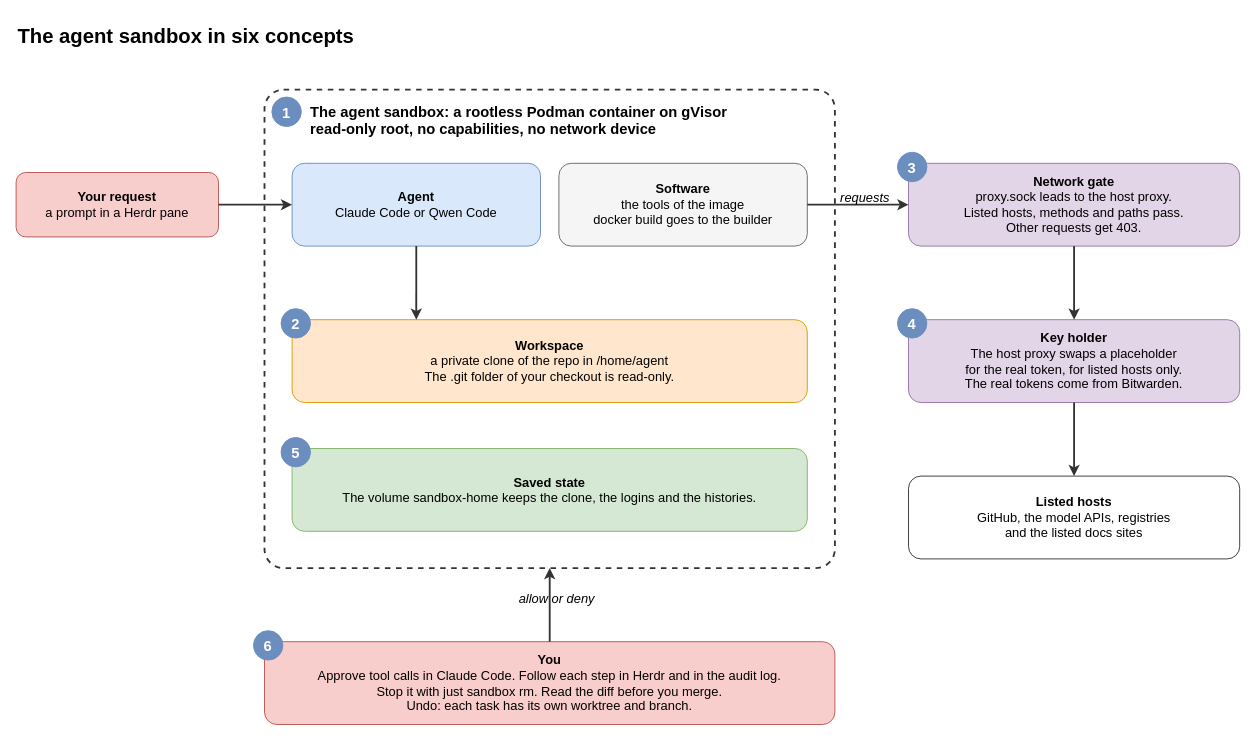
The draw.io diagram .sandbox/docs/diagrams/concepts.drawio in raghav19/engineersdaybook, before the edit. Source tidied: cells renumbered, new cells numbered last; positions are measured from the earlier drawing's top-left corner, leaving out a move shared by most shapes. Both pictures are drawn from the tidied source at 92%, with x=0, y=0 at pixel (16, 16).
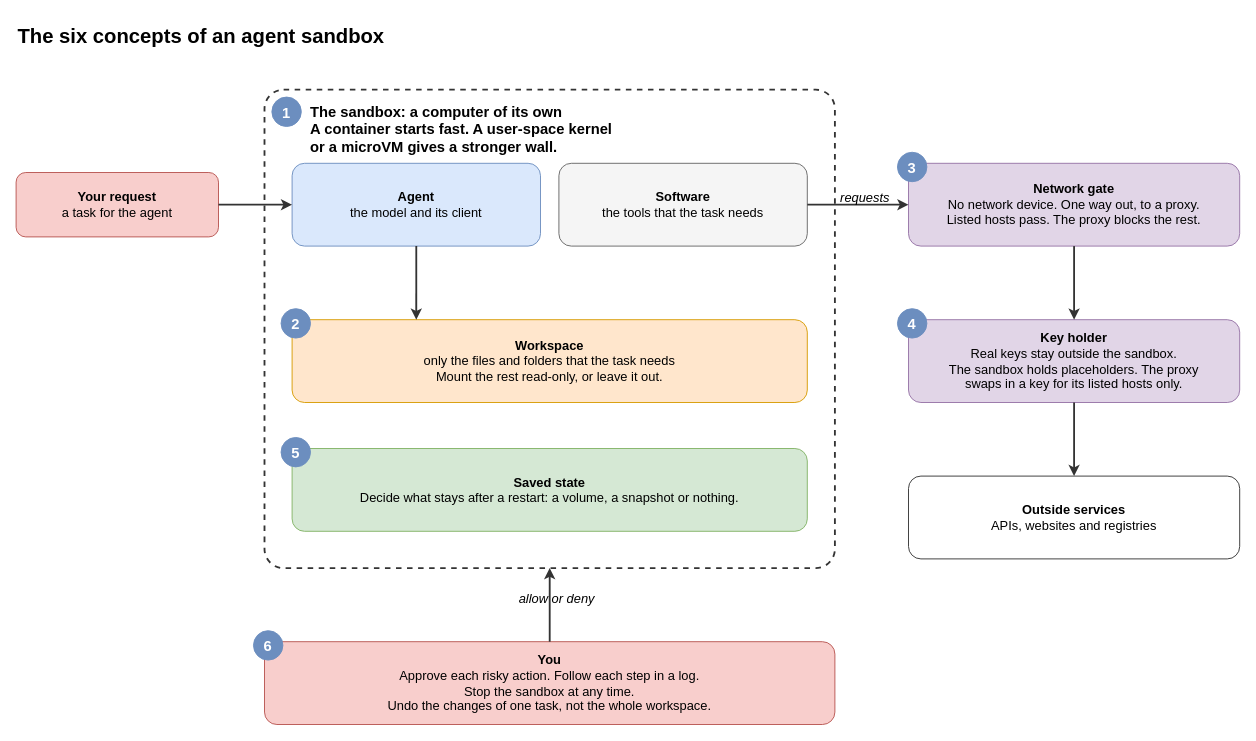
After the change.

Commit message (it also covers changes not shown here):
sandbox: make the six concepts diagram generic

Change to the diagram source:
```diff
@@
-    <mxCell id="2" value="The agent sandbox in six concepts" style="text;html=0;fontSize=22;fontStyle=1;align=left;verticalAlign=middle;" parent="1" vertex="1">
+    <mxCell id="2" value="The six concepts of an agent sandbox" style="text;html=0;fontSize=22;fontStyle=1;align=left;verticalAlign=middle;" parent="1" vertex="1">
       <mxGeometry width="700" height="40" as="geometry" />
     </mxCell>
-    <mxCell id="3" value="The agent sandbox: a rootless Podman container on gVisor&#10;read-only root, no capabilities, no network device" style="rounded=1;arcSize=4;dashed=1;whiteSpace=wrap;html=0;fontSize=16;fillColor=#ffffff;strokeColor=#333333;strokeWidth=2;align=left;spacingLeft=48;fontStyle=1;verticalAlign=top;spacingTop=8;" parent="1" vertex="1">
+    <mxCell id="3" value="The sandbox: a computer of its own&#10;A container starts fast. A user-space kernel&#10;or a microVM gives a stronger wall." style="rounded=1;arcSize=4;dashed=1;whiteSpace=wrap;html=0;fontSize=16;fillColor=#ffffff;strokeColor=#333333;strokeWidth=2;align=left;spacingLeft=48;fontStyle=1;verticalAlign=top;spacingTop=8;" parent="1" vertex="1">
       <mxGeometry x="270" y="80" width="620" height="520" as="geometry" />
     </mxCell>
-    <mxCell id="4" value="&lt;b&gt;Your request&lt;/b&gt;&lt;br&gt;a prompt in a Herdr pane" style="rounded=1;whiteSpace=wrap;html=1;fontSize=14;fillColor=#f8cecc;strokeColor=#b85450;align=center;verticalAlign=middle;" parent="1" vertex="1">
+    <mxCell id="4" value="&lt;b&gt;Your request&lt;/b&gt;&lt;br&gt;a task for the agent" style="rounded=1;whiteSpace=wrap;html=1;fontSize=14;fillColor=#f8cecc;strokeColor=#b85450;align=center;verticalAlign=middle;" parent="1" vertex="1">
       <mxGeometry y="170" width="220" height="70" as="geometry" />
     </mxCell>
-    <mxCell id="5" value="&lt;b&gt;Agent&lt;/b&gt;&lt;br&gt;Claude Code or Qwen Code" style="rounded=1;whiteSpace=wrap;html=1;fontSize=14;fillColor=#dae8fc;strokeColor=#6c8ebf;align=center;verticalAlign=middle;" parent="1" vertex="1">
+    <mxCell id="5" value="&lt;b&gt;Agent&lt;/b&gt;&lt;br&gt;the model and its client" style="rounded=1;whiteSpace=wrap;html=1;fontSize=14;fillColor=#dae8fc;strokeColor=#6c8ebf;align=center;verticalAlign=middle;" parent="1" vertex="1">
       <mxGeometry x="300" y="160" width="270" height="90" as="geometry" />
     </mxCell>
-    <mxCell id="6" value="&lt;b&gt;Software&lt;/b&gt;&lt;br&gt;the tools of the image&lt;br&gt;docker build goes to the builder" style="rounded=1;whiteSpace=wrap;html=1;fontSize=14;fillColor=#f5f5f5;strokeColor=#666666;align=center;verticalAlign=middle;" parent="1" vertex="1">
+    <mxCell id="6" value="&lt;b&gt;Software&lt;/b&gt;&lt;br&gt;the tools that the task needs" style="rounded=1;whiteSpace=wrap;html=1;fontSize=14;fillColor=#f5f5f5;strokeColor=#666666;align=center;verticalAlign=middle;" parent="1" vertex="1">
       <mxGeometry x="590" y="160" width="270" height="90" as="geometry" />
     </mxCell>
-    <mxCell id="7" value="&lt;b&gt;Workspace&lt;/b&gt;&lt;br&gt;a private clone of the repo in /home/agent&lt;br&gt;The .git folder of your checkout is read-only." style="rounded=1;whiteSpace=wrap;html=1;fontSize=14;fillColor=#ffe6cc;strokeColor=#d79b00;align=center;verticalAlign=middle;" parent="1" vertex="1">
+    <mxCell id="7" value="&lt;b&gt;Workspace&lt;/b&gt;&lt;br&gt;only the files and folders that the task needs&lt;br&gt;Mount the rest read-only, or leave it out." style="rounded=1;whiteSpace=wrap;html=1;fontSize=14;fillColor=#ffe6cc;strokeColor=#d79b00;align=center;verticalAlign=middle;" parent="1" vertex="1">
       <mxGeometry x="300" y="330" width="560" height="90" as="geometry" />
     </mxCell>
-    <mxCell id="8" value="&lt;b&gt;Saved state&lt;/b&gt;&lt;br&gt;The volume sandbox-home keeps the clone, the logins and the histories." style="rounded=1;whiteSpace=wrap;html=1;fontSize=14;fillColor=#d5e8d4;strokeColor=#82b366;align=center;verticalAlign=middle;" parent="1" vertex="1">
+    <mxCell id="8" value="&lt;b&gt;Saved state&lt;/b&gt;&lt;br&gt;Decide what stays after a restart: a volume, a snapshot or nothing." style="rounded=1;whiteSpace=wrap;html=1;fontSize=14;fillColor=#d5e8d4;strokeColor=#82b366;align=center;verticalAlign=middle;" parent="1" vertex="1">
       <mxGeometry x="300" y="470" width="560" height="90" as="geometry" />
     </mxCell>
-    <mxCell id="9" value="&lt;b&gt;Network gate&lt;/b&gt;&lt;br&gt;proxy.sock leads to the host proxy.&lt;br&gt;Listed hosts, methods and paths pass.&lt;br&gt;Other requests get 403." style="rounded=1;whiteSpace=wrap;html=1;fontSize=14;fillColor=#e1d5e7;strokeColor=#9673a6;align=center;verticalAlign=middle;" parent="1" vertex="1">
+    <mxCell id="9" value="&lt;b&gt;Network gate&lt;/b&gt;&lt;br&gt;No network device. One way out, to a proxy.&lt;br&gt;Listed hosts pass. The proxy blocks the rest." style="rounded=1;whiteSpace=wrap;html=1;fontSize=14;fillColor=#e1d5e7;strokeColor=#9673a6;align=center;verticalAlign=middle;" parent="1" vertex="1">
       <mxGeometry x="970" y="160" width="360" height="90" as="geometry" />
     </mxCell>
-    <mxCell id="10" value="&lt;b&gt;Key holder&lt;/b&gt;&lt;br&gt;The host proxy swaps a placeholder&lt;br&gt;for the real token, for listed hosts only.&lt;br&gt;The real tokens come from Bitwarden." style="rounded=1;whiteSpace=wrap;html=1;fontSize=14;fillColor=#e1d5e7;strokeColor=#9673a6;align=center;verticalAlign=middle;" parent="1" vertex="1">
+    <mxCell id="10" value="&lt;b&gt;Key holder&lt;/b&gt;&lt;br&gt;Real keys stay outside the sandbox.&lt;br&gt;The sandbox holds placeholders. The proxy&lt;br&gt;swaps in a key for its listed hosts only." style="rounded=1;whiteSpace=wrap;html=1;fontSize=14;fillColor=#e1d5e7;strokeColor=#9673a6;align=center;verticalAlign=middle;" parent="1" vertex="1">
       <mxGeometry x="970" y="330" width="360" height="90" as="geometry" />
     </mxCell>
-    <mxCell id="11" value="&lt;b&gt;Listed hosts&lt;/b&gt;&lt;br&gt;GitHub, the model APIs, registries&lt;br&gt;and the listed docs sites" style="rounded=1;whiteSpace=wrap;html=1;fontSize=14;fillColor=#ffffff;strokeColor=#333333;align=center;verticalAlign=middle;" parent="1" vertex="1">
+    <mxCell id="11" value="&lt;b&gt;Outside services&lt;/b&gt;&lt;br&gt;APIs, websites and registries" style="rounded=1;whiteSpace=wrap;html=1;fontSize=14;fillColor=#ffffff;strokeColor=#333333;align=center;verticalAlign=middle;" parent="1" vertex="1">
       <mxGeometry x="970" y="500" width="360" height="90" as="geometry" />
     </mxCell>
-    <mxCell id="12" value="&lt;b&gt;You&lt;/b&gt;&lt;br&gt;Approve tool calls in Claude Code. Follow each step in Herdr and in the audit log.&lt;br&gt;Stop it with just sandbox rm. Read the diff before you merge.&lt;br&gt;Undo: each task has its own worktree and branch." style="rounded=1;whiteSpace=wrap;html=1;fontSize=14;fillColor=#f8cecc;strokeColor=#b85450;align=center;verticalAlign=middle;" parent="1" vertex="1">
+    <mxCell id="12" value="&lt;b&gt;You&lt;/b&gt;&lt;br&gt;Approve each risky action. Follow each step in a log.&lt;br&gt;Stop the sandbox at any time.&lt;br&gt;Undo the changes of one task, not the whole workspace." style="rounded=1;whiteSpace=wrap;html=1;fontSize=14;fillColor=#f8cecc;strokeColor=#b85450;align=center;verticalAlign=middle;" parent="1" vertex="1">
       <mxGeometry x="270" y="680" width="620" height="90" as="geometry" />
     </mxCell>
```
